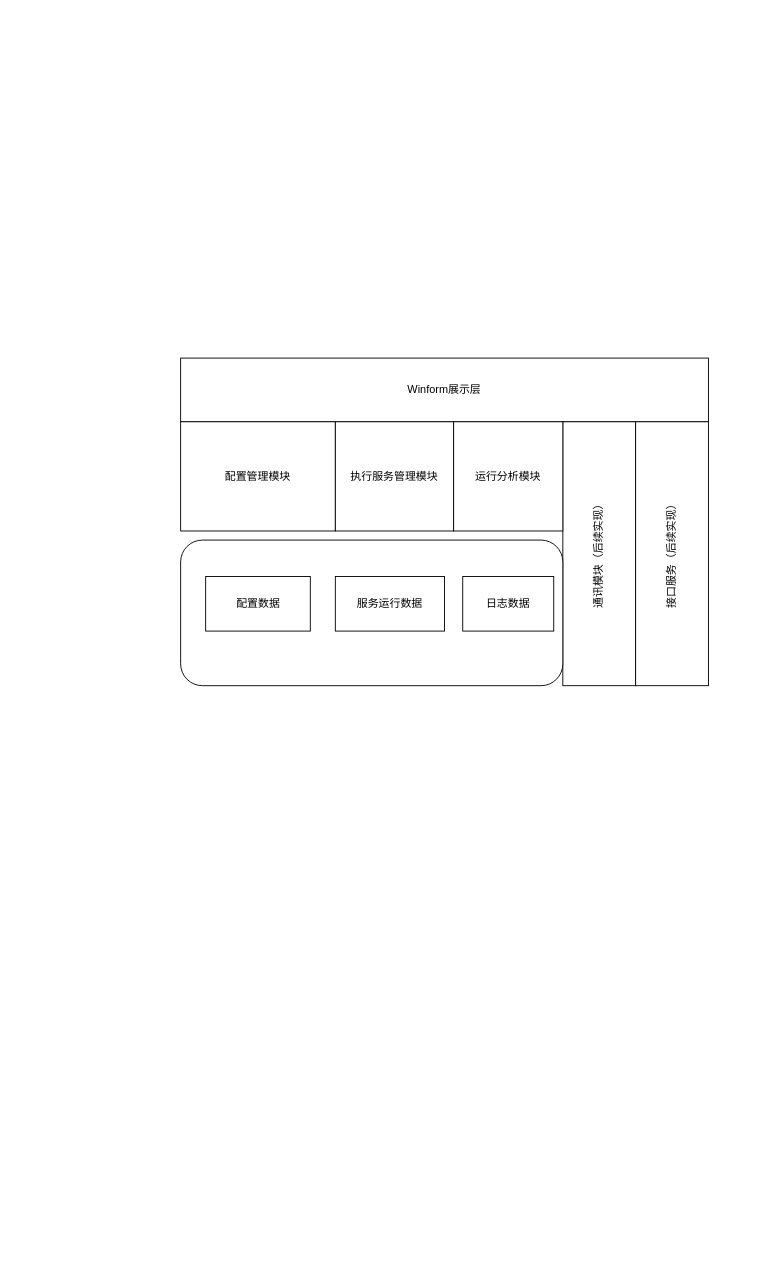
Earlier version of the draw.io diagram page "方案2（监控服务的设计）" (3 of 3) of 服务架构类图.drawio (xuetianying/workingGit). Source tidied: cells renumbered, new cells numbered last; positions are measured from the earlier drawing's top-left corner, leaving out a move shared by most shapes. Both pictures are drawn from the tidied source at 91%, with x=0, y=0 at pixel (180, 358).
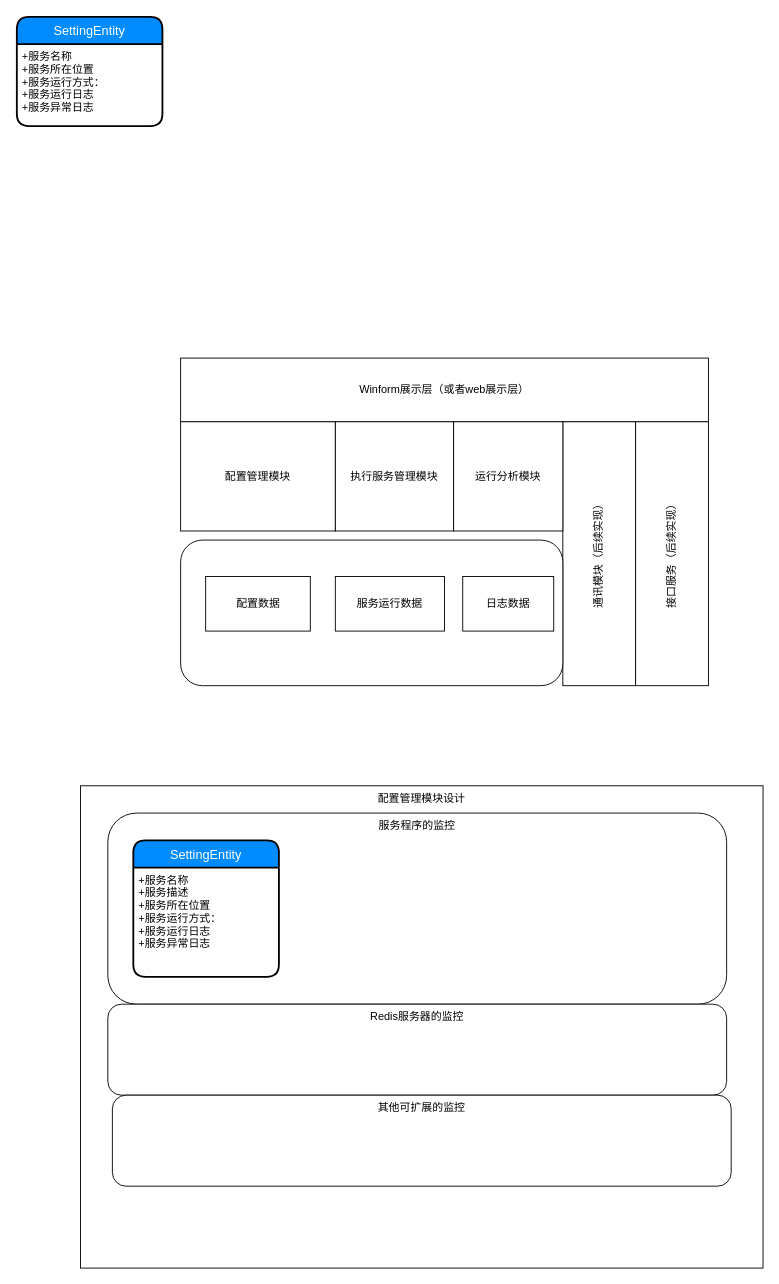
After the change.

Commit message:
更新服务架构类图.drawio

What changed in the source:
```diff
@@
 <mxGraphModel>
   <root>
     <mxCell id="0" />
     <mxCell id="1" parent="0" />
-    <mxCell id="2" value="Winform展示层" style="rounded=0;whiteSpace=wrap;html=1;" parent="1" vertex="1">
+    <mxCell id="2" value="Winform展示层（或者web展示层）" style="rounded=0;whiteSpace=wrap;html=1;" parent="1" vertex="1">
       <mxGeometry width="580" height="70" as="geometry" />
     </mxCell>
     <mxCell id="3" value="配置管理模块" style="rounded=0;whiteSpace=wrap;html=1;direction=south;" parent="1" vertex="1">
       <mxGeometry y="70" width="170" height="120" as="geometry" />
     </mxCell>
     <mxCell id="4" value="执行服务管理模块" style="rounded=0;whiteSpace=wrap;html=1;direction=south;" parent="1" vertex="1">
       <mxGeometry x="170" y="70" width="130" height="120" as="geometry" />
     </mxCell>
     <mxCell id="5" value="通讯模块（后续实现）" style="rounded=0;whiteSpace=wrap;html=1;direction=south;horizontal=0;" parent="1" vertex="1">
       <mxGeometry x="420" y="70" width="80" height="290" as="geometry" />
     </mxCell>
     <mxCell id="6" value="接口服务（后续实现）" style="rounded=0;whiteSpace=wrap;html=1;direction=south;align=center;horizontal=0;" parent="1" vertex="1">
       <mxGeometry x="500" y="70" width="80" height="290" as="geometry" />
     </mxCell>
     <mxCell id="7" style="rounded=1;whiteSpace=wrap;html=1;" parent="1" vertex="1">
       <mxGeometry y="200" width="420" height="160" as="geometry" />
     </mxCell>
     <mxCell id="8" value="配置数据" style="rounded=0;whiteSpace=wrap;html=1;" parent="1" vertex="1">
       <mxGeometry x="27.5" y="240" width="115" height="60" as="geometry" />
     </mxCell>
     <mxCell id="9" value="服务运行数据" style="rounded=0;whiteSpace=wrap;html=1;" parent="1" vertex="1">
       <mxGeometry x="170" y="240" width="120" height="60" as="geometry" />
     </mxCell>
     <mxCell id="10" value="运行分析模块" style="rounded=0;whiteSpace=wrap;html=1;direction=south;" parent="1" vertex="1">
       <mxGeometry x="300" y="70" width="120" height="120" as="geometry" />
     </mxCell>
     <mxCell id="11" value="日志数据" style="rounded=0;whiteSpace=wrap;html=1;" parent="1" vertex="1">
       <mxGeometry x="310" y="240" width="100" height="60" as="geometry" />
     </mxCell>
+    <mxCell id="12" value="配置管理模块设计" style="rounded=0;whiteSpace=wrap;html=1;align=center;horizontal=1;verticalAlign=top;" parent="1" vertex="1">
+      <mxGeometry x="-110" y="470" width="750" height="530" as="geometry" />
+    </mxCell>
+    <mxCell id="13" value="服务程序的监控" style="rounded=1;whiteSpace=wrap;html=1;align=center;verticalAlign=top;" parent="1" vertex="1">
+      <mxGeometry x="-80" y="500" width="680" height="210" as="geometry" />
+    </mxCell>
+    <mxCell id="14" value="SettingEntity" style="swimlane;horizontal=1;startSize=30;fillColor=#008cff;fontColor=#FFFFFF;rounded=1;fontSize=14;fontStyle=0;strokeWidth=2;shadow=0;dashed=0;align=center;" parent="1" vertex="1">
+      <mxGeometry x="-52" y="530" width="160" height="150" as="geometry" />
+    </mxCell>
+    <mxCell id="15" value="+服务名称&#10;+服务描述&#10;+服务所在位置&#10;+服务运行方式：&#10;+服务运行日志&#10;+服务异常日志&#10;" style="align=left;strokeColor=none;fillColor=none;spacingLeft=4;fontSize=12;verticalAlign=top;" parent="14" vertex="1">
+      <mxGeometry y="30" width="160" height="120" as="geometry" />
+    </mxCell>
+    <mxCell id="16" value="SettingEntity" style="swimlane;horizontal=1;startSize=30;fillColor=#008cff;fontColor=#FFFFFF;rounded=1;fontSize=14;fontStyle=0;strokeWidth=2;shadow=0;dashed=0;align=center;" parent="1" vertex="1">
+      <mxGeometry x="-180" y="-375" width="160" height="120" as="geometry" />
+    </mxCell>
+    <mxCell id="17" value="+服务名称&#10;+服务所在位置&#10;+服务运行方式：&#10;+服务运行日志&#10;+服务异常日志&#10;" style="align=left;strokeColor=none;fillColor=none;spacingLeft=4;fontSize=12;verticalAlign=top;" parent="16" vertex="1">
+      <mxGeometry y="30" width="160" height="90" as="geometry" />
+    </mxCell>
+    <mxCell id="18" value="Redis服务器的监控" style="rounded=1;whiteSpace=wrap;html=1;align=center;verticalAlign=top;" parent="1" vertex="1">
+      <mxGeometry x="-80" y="710" width="680" height="100" as="geometry" />
+    </mxCell>
+    <mxCell id="19" value="其他可扩展的监控" style="rounded=1;whiteSpace=wrap;html=1;align=center;verticalAlign=top;" parent="1" vertex="1">
+      <mxGeometry x="-75" y="810" width="680" height="100" as="geometry" />
+    </mxCell>
   </root>
 </mxGraphModel>
```
